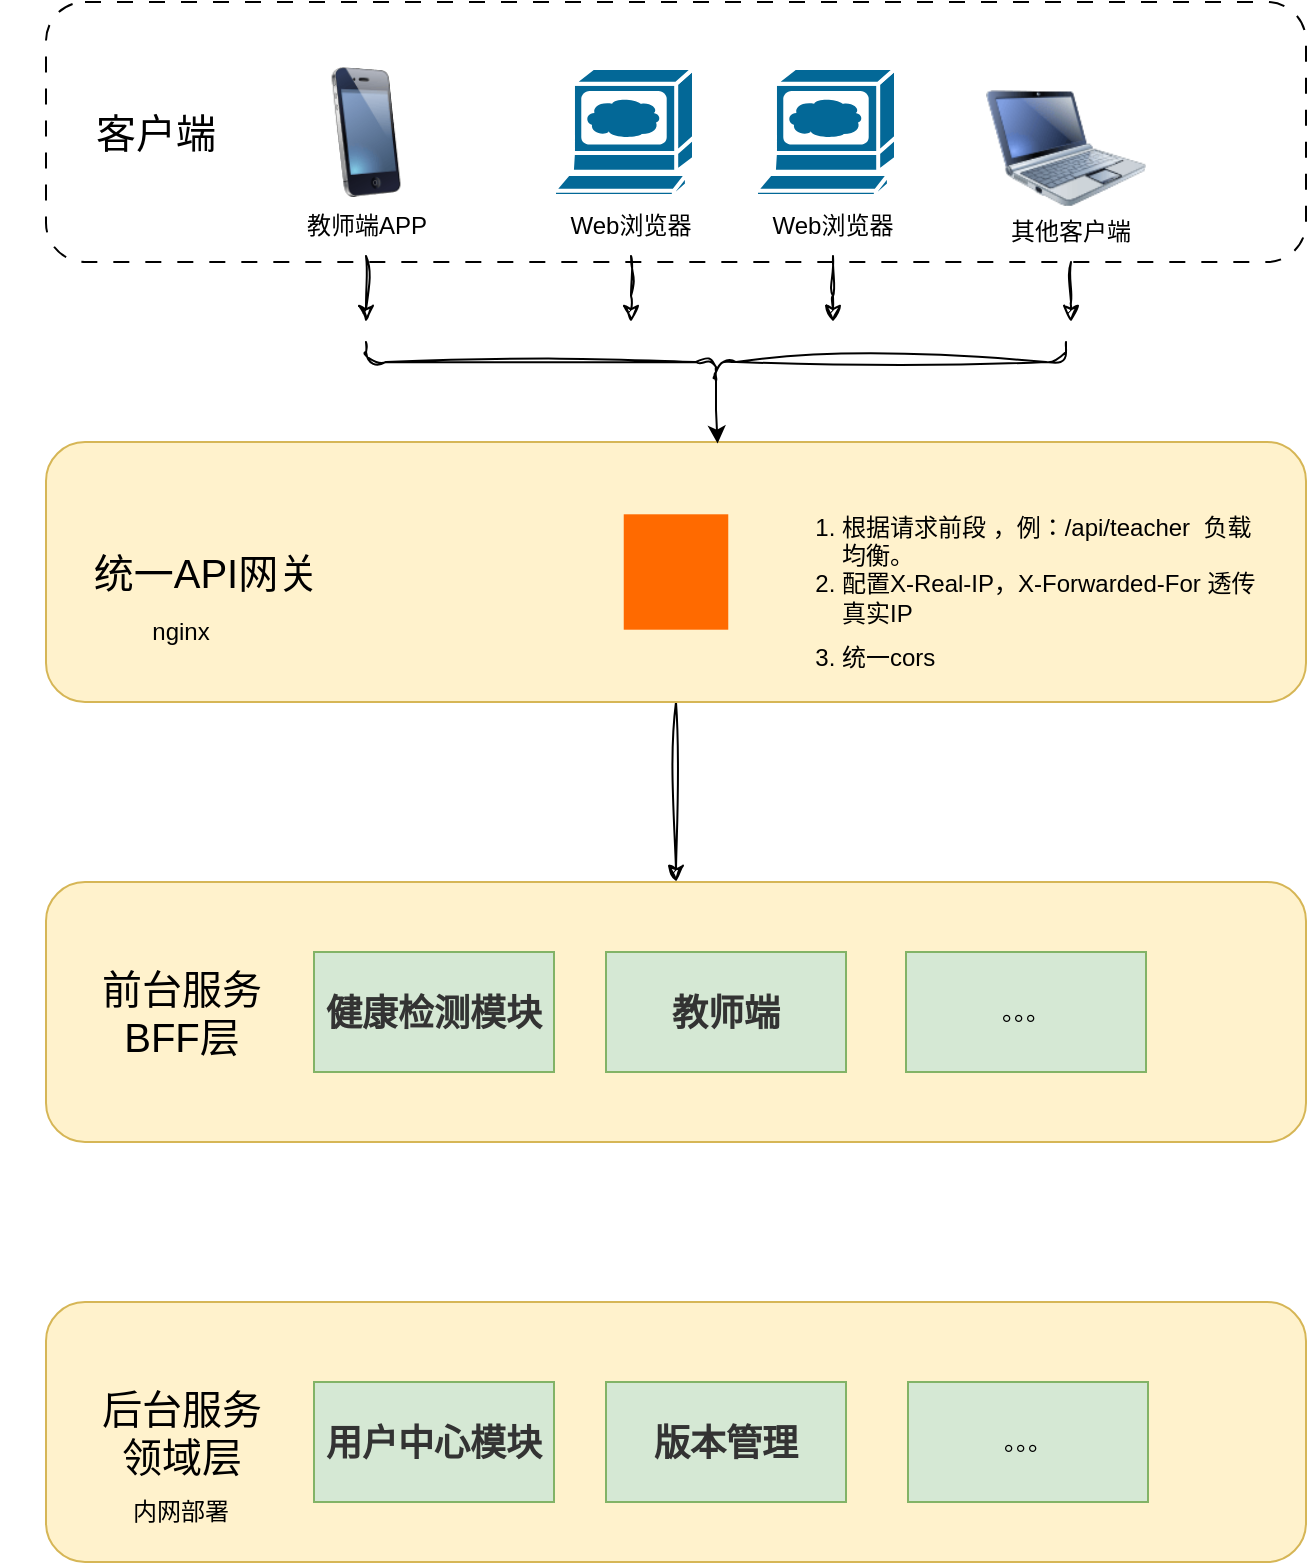
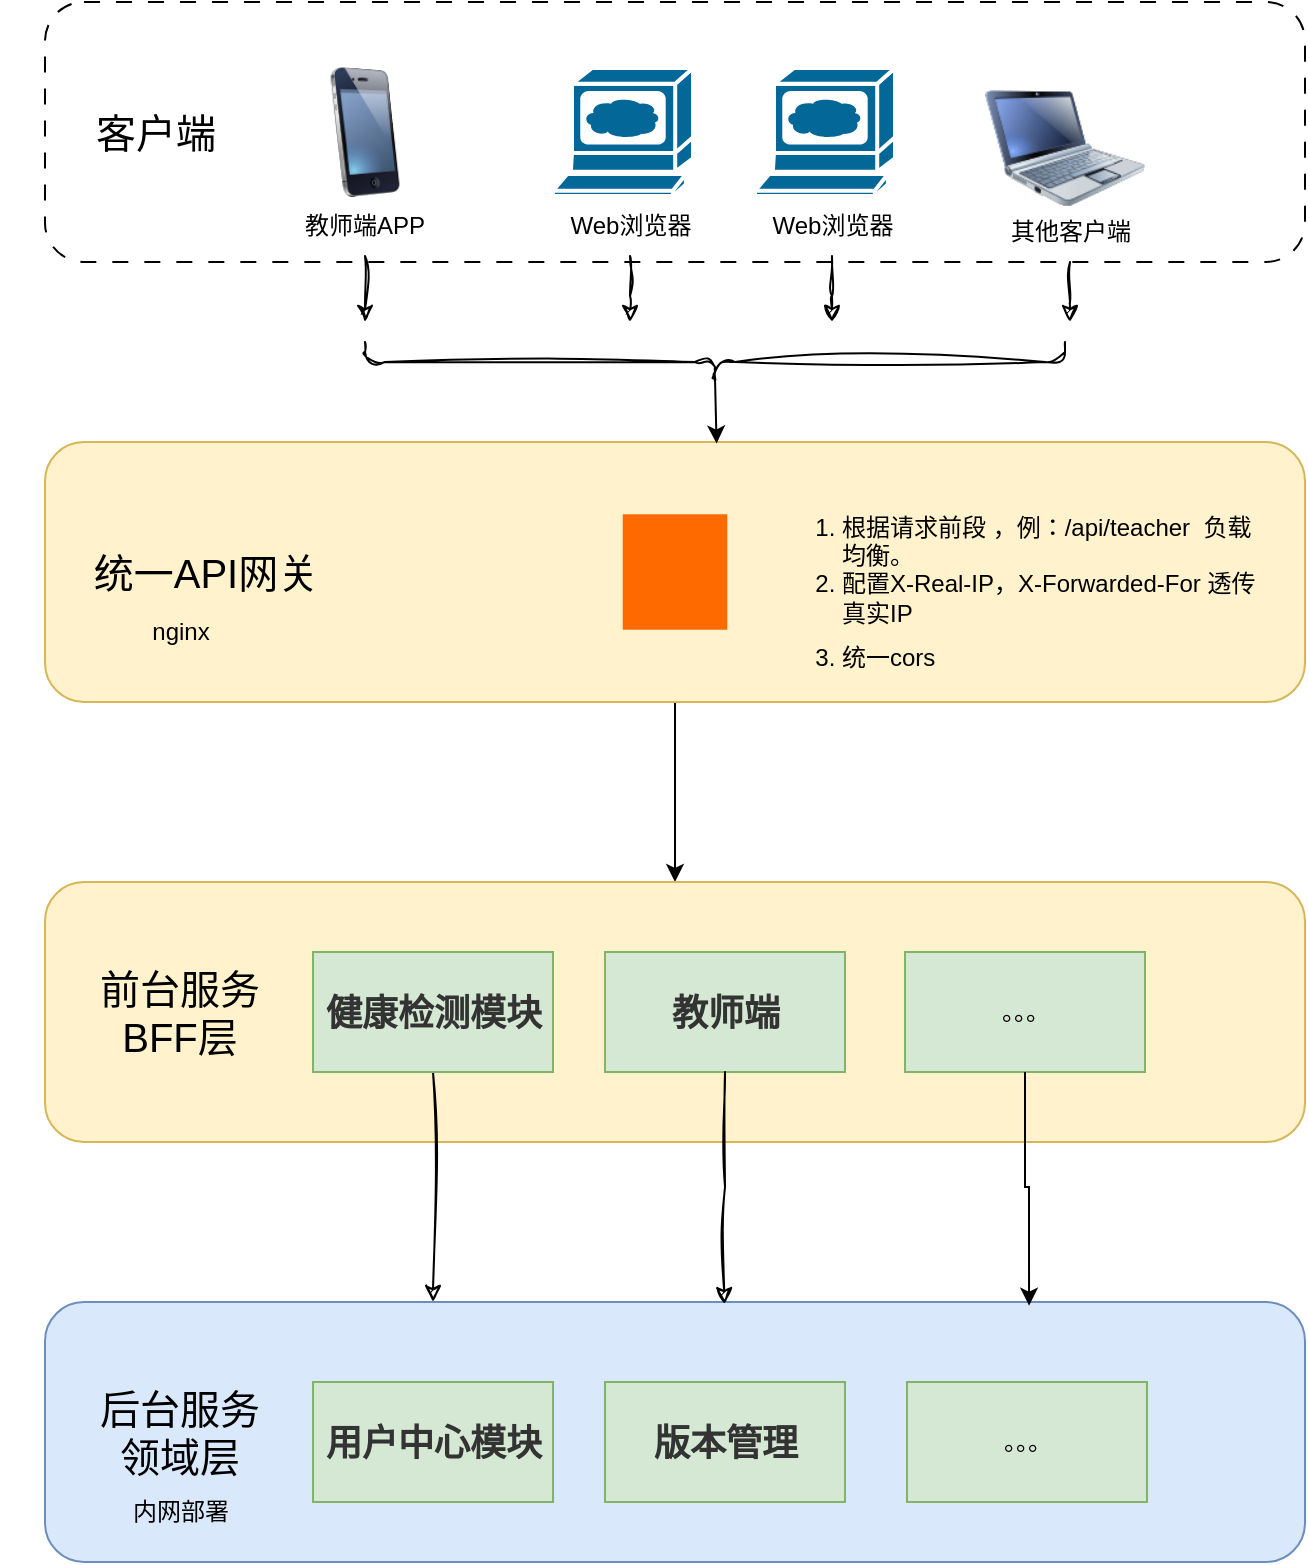
<mxfile host="app.diagrams.net" agent="5.0 (Windows NT 10.0; Win64; x64) AppleWebKit/537.36 (KHTML, like Gecko) Chrome/99.0.4844.51 Safari/537.36">
  <diagram id="piDafpqhtRUU5qUU-vj8" name="Page-1">
-     <mxGraphModel dx="1174" dy="630" grid="1" gridSize="10" guides="1" tooltips="1" connect="1" arrows="1" fold="1" page="1" pageScale="1" pageWidth="827" pageHeight="1169" background="none" math="0" shadow="0">
+     <mxGraphModel dx="1712" dy="919" grid="1" gridSize="10" guides="1" tooltips="1" connect="1" arrows="1" fold="1" page="1" pageScale="1" pageWidth="827" pageHeight="1169" background="none" math="0" shadow="0">
      <root>
        <mxCell id="0" />
        <mxCell id="1" parent="0" />
        <mxCell id="5cpTgLDWtTwDe1421ZuN-3" parent="1" style="rounded=1;whiteSpace=wrap;html=1;shadow=0;glass=0;dashed=1;dashPattern=8 8;" value="" vertex="1">
-           <mxGeometry height="130" width="630" x="90" y="30" as="geometry" />
+           <mxGeometry height="130" width="630" x="102.5" y="100" as="geometry" />
        </mxCell>
        <mxCell id="-MD85wsI__NYyljHFUac-2" parent="1" style="text;html=1;whiteSpace=wrap;strokeColor=none;fillColor=none;align=center;verticalAlign=middle;rounded=0;" value="&lt;font style=&quot;font-size: 20px;&quot;&gt;客户端&lt;/font&gt;" vertex="1">
-           <mxGeometry height="30" width="70" x="110" y="80" as="geometry" />
+           <mxGeometry height="30" width="70" x="122.5" y="150" as="geometry" />
        </mxCell>
        <mxCell id="-MD85wsI__NYyljHFUac-3" parent="1" style="sketch=0;html=1;pointerEvents=1;dashed=0;fillColor=#036897;strokeColor=#ffffff;strokeWidth=2;verticalLabelPosition=bottom;verticalAlign=top;align=center;outlineConnect=0;shape=mxgraph.cisco.computers_and_peripherals.web_browser;" value="" vertex="1">
-           <mxGeometry height="64" width="70" x="344" y="63" as="geometry" />
+           <mxGeometry height="64" width="70" x="356.5" y="133" as="geometry" />
        </mxCell>
        <mxCell id="-MD85wsI__NYyljHFUac-39" edge="1" parent="1" source="-MD85wsI__NYyljHFUac-4" style="edgeStyle=orthogonalEdgeStyle;rounded=0;orthogonalLoop=1;jettySize=auto;html=1;sketch=1;curveFitting=1;jiggle=2;">
          <mxGeometry relative="1" as="geometry">
-             <mxPoint x="382.5000000000002" y="190.0000000000001" as="targetPoint" />
+             <mxPoint x="395.0000000000002" y="260.0000000000001" as="targetPoint" />
          </mxGeometry>
        </mxCell>
        <mxCell id="-MD85wsI__NYyljHFUac-4" parent="1" style="text;html=1;whiteSpace=wrap;strokeColor=none;fillColor=none;align=center;verticalAlign=middle;rounded=0;" value="Web浏览器" vertex="1">
-           <mxGeometry height="30" width="75" x="345" y="127" as="geometry" />
+           <mxGeometry height="30" width="75" x="357.5" y="197" as="geometry" />
        </mxCell>
        <mxCell id="-MD85wsI__NYyljHFUac-5" parent="1" style="sketch=0;html=1;pointerEvents=1;dashed=0;fillColor=#036897;strokeColor=#ffffff;strokeWidth=2;verticalLabelPosition=bottom;verticalAlign=top;align=center;outlineConnect=0;shape=mxgraph.cisco.computers_and_peripherals.web_browser;" value="" vertex="1">
-           <mxGeometry height="64" width="70" x="445" y="63" as="geometry" />
+           <mxGeometry height="64" width="70" x="457.5" y="133" as="geometry" />
        </mxCell>
        <mxCell id="-MD85wsI__NYyljHFUac-35" edge="1" parent="1" source="-MD85wsI__NYyljHFUac-6" style="edgeStyle=orthogonalEdgeStyle;rounded=0;orthogonalLoop=1;jettySize=auto;html=1;sketch=1;curveFitting=1;jiggle=2;">
          <mxGeometry relative="1" as="geometry">
-             <mxPoint x="483.5" y="190.0000000000001" as="targetPoint" />
+             <mxPoint x="496" y="260.0000000000001" as="targetPoint" />
          </mxGeometry>
        </mxCell>
        <mxCell id="-MD85wsI__NYyljHFUac-6" parent="1" style="text;html=1;whiteSpace=wrap;strokeColor=none;fillColor=none;align=center;verticalAlign=middle;rounded=0;" value="Web浏览器" vertex="1">
-           <mxGeometry height="30" width="75" x="446" y="127" as="geometry" />
+           <mxGeometry height="30" width="75" x="458.5" y="197" as="geometry" />
        </mxCell>
        <mxCell id="-MD85wsI__NYyljHFUac-7" parent="1" style="image;html=1;image=img/lib/clip_art/computers/Netbook_128x128.png" value="" vertex="1">
-           <mxGeometry height="80" width="80" x="560" y="63" as="geometry" />
+           <mxGeometry height="80" width="80" x="572.5" y="133" as="geometry" />
        </mxCell>
        <mxCell id="-MD85wsI__NYyljHFUac-8" parent="1" style="image;html=1;image=img/lib/clip_art/telecommunication/iPhone_128x128.png" value="" vertex="1">
-           <mxGeometry height="65" width="80" x="210" y="62.5" as="geometry" />
+           <mxGeometry height="65" width="80" x="222.5" y="132.5" as="geometry" />
        </mxCell>
        <mxCell id="-MD85wsI__NYyljHFUac-34" edge="1" parent="1" source="-MD85wsI__NYyljHFUac-9" style="edgeStyle=orthogonalEdgeStyle;rounded=0;orthogonalLoop=1;jettySize=auto;html=1;exitX=0.5;exitY=1;exitDx=0;exitDy=0;sketch=1;curveFitting=1;jiggle=2;">
          <mxGeometry relative="1" as="geometry">
-             <mxPoint x="250" y="190" as="targetPoint" />
+             <mxPoint x="262.5" y="260" as="targetPoint" />
          </mxGeometry>
        </mxCell>
        <mxCell id="-MD85wsI__NYyljHFUac-9" parent="1" style="text;html=1;whiteSpace=wrap;strokeColor=none;fillColor=none;align=center;verticalAlign=middle;rounded=0;" value="教师端APP" vertex="1">
-           <mxGeometry height="30" width="75" x="212.5" y="127" as="geometry" />
+           <mxGeometry height="30" width="75" x="225" y="197" as="geometry" />
        </mxCell>
        <mxCell id="-MD85wsI__NYyljHFUac-36" edge="1" parent="1" source="-MD85wsI__NYyljHFUac-10" style="edgeStyle=orthogonalEdgeStyle;rounded=0;orthogonalLoop=1;jettySize=auto;html=1;sketch=1;curveFitting=1;jiggle=2;">
          <mxGeometry relative="1" as="geometry">
-             <mxPoint x="602.5000000000002" y="190.0000000000001" as="targetPoint" />
+             <mxPoint x="615.0000000000002" y="260.0000000000001" as="targetPoint" />
          </mxGeometry>
        </mxCell>
        <mxCell id="-MD85wsI__NYyljHFUac-10" parent="1" style="text;html=1;whiteSpace=wrap;strokeColor=none;fillColor=none;align=center;verticalAlign=middle;rounded=0;" value="其他客户端" vertex="1">
-           <mxGeometry height="30" width="75" x="565" y="130" as="geometry" />
+           <mxGeometry height="30" width="75" x="577.5" y="200" as="geometry" />
        </mxCell>
-         <mxCell id="-MD85wsI__NYyljHFUac-23" edge="1" parent="1" source="-MD85wsI__NYyljHFUac-11" style="edgeStyle=orthogonalEdgeStyle;rounded=0;orthogonalLoop=1;jettySize=auto;html=1;exitX=0.5;exitY=1;exitDx=0;exitDy=0;entryX=0.5;entryY=0;entryDx=0;entryDy=0;sketch=1;curveFitting=1;jiggle=2;" target="-MD85wsI__NYyljHFUac-22">
+         <mxCell id="-MD85wsI__NYyljHFUac-23" edge="1" parent="1" source="-MD85wsI__NYyljHFUac-11" style="edgeStyle=orthogonalEdgeStyle;rounded=0;orthogonalLoop=1;jettySize=auto;html=1;exitX=0.5;exitY=1;exitDx=0;exitDy=0;entryX=0.5;entryY=0;entryDx=0;entryDy=0;" target="-MD85wsI__NYyljHFUac-22">
          <mxGeometry relative="1" as="geometry" />
        </mxCell>
        <mxCell id="-MD85wsI__NYyljHFUac-11" parent="1" style="rounded=1;whiteSpace=wrap;html=1;shadow=0;glass=0;fillColor=#fff2cc;strokeColor=#d6b656;" value="" vertex="1">
-           <mxGeometry height="130" width="630" x="90" y="250" as="geometry" />
+           <mxGeometry height="130" width="630" x="102.5" y="320" as="geometry" />
        </mxCell>
        <mxCell id="-MD85wsI__NYyljHFUac-13" parent="1" style="text;html=1;whiteSpace=wrap;strokeColor=none;fillColor=none;align=center;verticalAlign=middle;rounded=0;" value="&lt;span style=&quot;font-size: 20px;&quot;&gt;统一API网关&lt;/span&gt;" vertex="1">
-           <mxGeometry height="30" width="180" x="80" y="300" as="geometry" />
+           <mxGeometry height="30" width="180" x="92.5" y="370" as="geometry" />
        </mxCell>
        <mxCell id="-MD85wsI__NYyljHFUac-14" parent="1" style="text;html=1;whiteSpace=wrap;strokeColor=none;fillColor=none;align=center;verticalAlign=middle;rounded=0;" value="nginx" vertex="1">
-           <mxGeometry height="30" width="75" x="120" y="330" as="geometry" />
+           <mxGeometry height="30" width="75" x="132.5" y="400" as="geometry" />
        </mxCell>
        <mxCell id="-MD85wsI__NYyljHFUac-20" parent="1" style="points=[];aspect=fixed;html=1;align=center;shadow=0;dashed=0;fillColor=#FF6A00;strokeColor=none;shape=mxgraph.alibaba_cloud.ehpc_elastic_high_performance_computing;" value="" vertex="1">
-           <mxGeometry height="57.7" width="52.26" x="378.87" y="286.15" as="geometry" />
+           <mxGeometry height="57.7" width="52.26" x="391.37" y="356.15" as="geometry" />
        </mxCell>
        <mxCell id="-MD85wsI__NYyljHFUac-21" parent="1" style="text;html=1;whiteSpace=wrap;strokeColor=none;fillColor=none;align=left;verticalAlign=middle;rounded=0;" value="&lt;ol&gt;&lt;li&gt;&lt;span style=&quot;background-color: transparent; color: light-dark(rgb(0, 0, 0), rgb(255, 255, 255));&quot;&gt;根据请求前段 ，例：/api/teacher&amp;nbsp; 负载均衡。&lt;/span&gt;&lt;/li&gt;&lt;li class=&quot;md-list-item md-focus-container&quot; style=&quot;box-sizing: border-box; margin: 0px; position: relative;&quot;&gt;&lt;p class=&quot;md-end-block md-p md-focus&quot; style=&quot;box-sizing: border-box; line-height: inherit; orphans: 4; margin: 0px 0px 0.5rem; white-space: pre-wrap; position: relative;&quot;&gt;&lt;span class=&quot;md-plain md-expand&quot; style=&quot;box-sizing: border-box;&quot;&gt;配置X-Real-IP，X-Forwarded-For 透传真实IP&lt;/span&gt;&lt;/p&gt;&lt;/li&gt;&lt;li class=&quot;md-list-item md-focus-container&quot; style=&quot;box-sizing: border-box; margin: 0px; position: relative;&quot;&gt;&lt;p class=&quot;md-end-block md-p md-focus&quot; style=&quot;box-sizing: border-box; line-height: inherit; orphans: 4; margin: 0px 0px 0.5rem; white-space: pre-wrap; position: relative;&quot;&gt;统一cors&lt;/p&gt;&lt;/li&gt;&lt;/ol&gt;" vertex="1">
-           <mxGeometry height="90" width="254" x="446" y="280" as="geometry" />
+           <mxGeometry height="90" width="254" x="458.5" y="350" as="geometry" />
        </mxCell>
        <mxCell id="-MD85wsI__NYyljHFUac-22" parent="1" style="rounded=1;whiteSpace=wrap;html=1;shadow=0;glass=0;fillColor=#fff2cc;strokeColor=#d6b656;" value="" vertex="1">
-           <mxGeometry height="130" width="630" x="90" y="470" as="geometry" />
+           <mxGeometry height="130" width="630" x="102.5" y="540" as="geometry" />
        </mxCell>
        <mxCell id="-MD85wsI__NYyljHFUac-24" parent="1" style="text;html=1;whiteSpace=wrap;strokeColor=none;fillColor=none;align=center;verticalAlign=middle;rounded=0;" value="&lt;span style=&quot;font-size: 20px;&quot;&gt;前台服务&lt;/span&gt;&lt;div&gt;&lt;span style=&quot;font-size: 20px;&quot;&gt;BFF层&lt;/span&gt;&lt;/div&gt;" vertex="1">
-           <mxGeometry height="60" width="180" x="67.5" y="505" as="geometry" />
+           <mxGeometry height="60" width="180" x="80" y="575" as="geometry" />
+         </mxCell>
+         <mxCell id="-MD85wsI__NYyljHFUac-41" edge="1" parent="1" source="-MD85wsI__NYyljHFUac-25" style="edgeStyle=orthogonalEdgeStyle;rounded=0;orthogonalLoop=1;jettySize=auto;html=1;sketch=1;curveFitting=1;jiggle=2;" target="-MD85wsI__NYyljHFUac-28" value="">
+           <mxGeometry relative="1" as="geometry">
+             <Array as="points">
+               <mxPoint x="296.5" y="790" />
+               <mxPoint x="296.5" y="790" />
+             </Array>
+           </mxGeometry>
        </mxCell>
        <mxCell id="-MD85wsI__NYyljHFUac-25" parent="1" style="rounded=0;whiteSpace=wrap;html=1;fillColor=#d5e8d4;strokeColor=#82b366;" value="&lt;h3 class=&quot;md-end-block md-heading&quot; style=&quot;box-sizing: border-box; break-after: avoid-page; break-inside: avoid; orphans: 4; font-size: 1.5em; margin-top: 1rem; margin-bottom: 1rem; position: relative; line-height: 1.43; cursor: text; white-space: pre-wrap; color: rgb(51, 51, 51); font-family: &amp;quot;Open Sans&amp;quot;, &amp;quot;Clear Sans&amp;quot;, &amp;quot;Helvetica Neue&amp;quot;, Helvetica, Arial, &amp;quot;Segoe UI Emoji&amp;quot;, sans-serif; text-align: start;&quot;&gt;&lt;span class=&quot;md-plain&quot; style=&quot;box-sizing: border-box;&quot;&gt;健康检测模块&lt;/span&gt;&lt;/h3&gt;" vertex="1">
-           <mxGeometry height="60" width="120" x="224" y="505" as="geometry" />
+           <mxGeometry height="60" width="120" x="236.5" y="575" as="geometry" />
        </mxCell>
        <mxCell id="-MD85wsI__NYyljHFUac-26" parent="1" style="rounded=0;whiteSpace=wrap;html=1;fillColor=#d5e8d4;strokeColor=#82b366;" value="&lt;h3 class=&quot;md-end-block md-heading&quot; style=&quot;box-sizing: border-box; break-after: avoid-page; break-inside: avoid; orphans: 4; font-size: 1.5em; margin-top: 1rem; margin-bottom: 1rem; position: relative; line-height: 1.43; cursor: text; white-space: pre-wrap; outline: 0px; box-shadow: none; color: rgb(51, 51, 51); font-family: &amp;quot;Open Sans&amp;quot;, &amp;quot;Clear Sans&amp;quot;, &amp;quot;Helvetica Neue&amp;quot;, Helvetica, Arial, &amp;quot;Segoe UI Emoji&amp;quot;, sans-serif; text-align: start;&quot;&gt;&lt;span class=&quot;md-plain&quot; style=&quot;box-sizing: border-box;&quot;&gt;教师端&lt;/span&gt;&lt;/h3&gt;" vertex="1">
-           <mxGeometry height="60" width="120" x="370" y="505" as="geometry" />
+           <mxGeometry height="60" width="120" x="382.5" y="575" as="geometry" />
        </mxCell>
        <mxCell id="-MD85wsI__NYyljHFUac-27" parent="1" style="rounded=0;whiteSpace=wrap;html=1;fillColor=#d5e8d4;strokeColor=#82b366;" value="。。。" vertex="1">
-           <mxGeometry height="60" width="120" x="520" y="505" as="geometry" />
+           <mxGeometry height="60" width="120" x="532.5" y="575" as="geometry" />
        </mxCell>
-         <mxCell id="-MD85wsI__NYyljHFUac-28" parent="1" style="rounded=1;whiteSpace=wrap;html=1;shadow=0;glass=0;fillColor=#fff2cc;strokeColor=#d6b656;" value="" vertex="1">
-           <mxGeometry height="130" width="630" x="90" y="680" as="geometry" />
+         <mxCell id="-MD85wsI__NYyljHFUac-28" parent="1" style="rounded=1;whiteSpace=wrap;html=1;shadow=0;glass=0;fillColor=#dae8fc;strokeColor=#6c8ebf;" value="" vertex="1">
+           <mxGeometry height="130" width="630" x="102.5" y="750" as="geometry" />
        </mxCell>
        <mxCell id="-MD85wsI__NYyljHFUac-29" parent="1" style="text;html=1;whiteSpace=wrap;strokeColor=none;fillColor=none;align=center;verticalAlign=middle;rounded=0;" value="&lt;span style=&quot;font-size: 20px;&quot;&gt;后台服务&lt;/span&gt;&lt;div&gt;&lt;span style=&quot;font-size: 20px;&quot;&gt;领域层&lt;/span&gt;&lt;/div&gt;" vertex="1">
-           <mxGeometry height="60" width="180" x="67.5" y="715" as="geometry" />
+           <mxGeometry height="60" width="180" x="80" y="785" as="geometry" />
        </mxCell>
        <mxCell id="-MD85wsI__NYyljHFUac-30" parent="1" style="text;html=1;whiteSpace=wrap;strokeColor=none;fillColor=none;align=center;verticalAlign=middle;rounded=0;" value="内网部署" vertex="1">
-           <mxGeometry height="30" width="75" x="120" y="770" as="geometry" />
+           <mxGeometry height="30" width="75" x="132.5" y="840" as="geometry" />
        </mxCell>
        <mxCell id="-MD85wsI__NYyljHFUac-31" parent="1" style="rounded=0;whiteSpace=wrap;html=1;fillColor=#d5e8d4;strokeColor=#82b366;" value="&lt;h3 class=&quot;md-end-block md-heading&quot; style=&quot;box-sizing: border-box; break-after: avoid-page; break-inside: avoid; orphans: 4; font-size: 1.5em; margin-top: 1rem; margin-bottom: 1rem; position: relative; line-height: 1.43; cursor: text; white-space: pre-wrap; color: rgb(51, 51, 51); font-family: &amp;quot;Open Sans&amp;quot;, &amp;quot;Clear Sans&amp;quot;, &amp;quot;Helvetica Neue&amp;quot;, Helvetica, Arial, &amp;quot;Segoe UI Emoji&amp;quot;, sans-serif; text-align: start;&quot;&gt;&lt;span class=&quot;md-plain&quot; style=&quot;box-sizing: border-box;&quot;&gt;用户中心模块&lt;/span&gt;&lt;/h3&gt;" vertex="1">
-           <mxGeometry height="60" width="120" x="224" y="720" as="geometry" />
+           <mxGeometry height="60" width="120" x="236.5" y="790" as="geometry" />
        </mxCell>
        <mxCell id="-MD85wsI__NYyljHFUac-32" parent="1" style="rounded=0;whiteSpace=wrap;html=1;fillColor=#d5e8d4;strokeColor=#82b366;" value="&lt;h3 class=&quot;md-end-block md-heading&quot; style=&quot;box-sizing: border-box; break-after: avoid-page; break-inside: avoid; orphans: 4; font-size: 1.5em; margin-top: 1rem; margin-bottom: 1rem; position: relative; line-height: 1.43; cursor: text; white-space: pre-wrap; color: rgb(51, 51, 51); font-family: &amp;quot;Open Sans&amp;quot;, &amp;quot;Clear Sans&amp;quot;, &amp;quot;Helvetica Neue&amp;quot;, Helvetica, Arial, &amp;quot;Segoe UI Emoji&amp;quot;, sans-serif; text-align: start;&quot;&gt;版本管理&lt;/h3&gt;" vertex="1">
-           <mxGeometry height="60" width="120" x="370" y="720" as="geometry" />
+           <mxGeometry height="60" width="120" x="382.5" y="790" as="geometry" />
        </mxCell>
        <mxCell id="-MD85wsI__NYyljHFUac-33" parent="1" style="rounded=0;whiteSpace=wrap;html=1;fillColor=#d5e8d4;strokeColor=#82b366;" value="。。。" vertex="1">
-           <mxGeometry height="60" width="120" x="521" y="720" as="geometry" />
+           <mxGeometry height="60" width="120" x="533.5" y="790" as="geometry" />
        </mxCell>
        <mxCell id="-MD85wsI__NYyljHFUac-37" parent="1" style="shape=curlyBracket;whiteSpace=wrap;html=1;rounded=1;flipH=1;labelPosition=right;verticalLabelPosition=middle;align=left;verticalAlign=middle;legacyAnchorPoints=0;rotation=90;sketch=1;curveFitting=1;jiggle=2;" value="" vertex="1">
-           <mxGeometry height="350" width="20" x="415" y="35" as="geometry" />
+           <mxGeometry height="350" width="20" x="427.5" y="105" as="geometry" />
        </mxCell>
        <mxCell id="-MD85wsI__NYyljHFUac-40" edge="1" parent="1" source="-MD85wsI__NYyljHFUac-37" style="edgeStyle=orthogonalEdgeStyle;rounded=0;orthogonalLoop=1;jettySize=auto;html=1;exitX=0.1;exitY=0.5;exitDx=0;exitDy=0;exitPerimeter=0;entryX=0.533;entryY=0.006;entryDx=0;entryDy=0;entryPerimeter=0;" target="-MD85wsI__NYyljHFUac-11">
+           <mxGeometry relative="1" as="geometry" />
+         </mxCell>
+         <mxCell id="-MD85wsI__NYyljHFUac-43" edge="1" parent="1" source="-MD85wsI__NYyljHFUac-26" style="edgeStyle=orthogonalEdgeStyle;rounded=0;orthogonalLoop=1;jettySize=auto;html=1;entryX=0.539;entryY=0.008;entryDx=0;entryDy=0;entryPerimeter=0;sketch=1;curveFitting=1;jiggle=2;" target="-MD85wsI__NYyljHFUac-28">
+           <mxGeometry relative="1" as="geometry" />
+         </mxCell>
+         <mxCell id="-MD85wsI__NYyljHFUac-44" edge="1" parent="1" source="-MD85wsI__NYyljHFUac-27" style="edgeStyle=orthogonalEdgeStyle;rounded=0;orthogonalLoop=1;jettySize=auto;html=1;entryX=0.781;entryY=0.014;entryDx=0;entryDy=0;entryPerimeter=0;" target="-MD85wsI__NYyljHFUac-28">
          <mxGeometry relative="1" as="geometry">
-             <Array as="points">
-               <mxPoint x="425" y="234" />
-               <mxPoint x="426" y="234" />
-             </Array>
+             <mxPoint x="592.5" y="740" as="targetPoint" />
          </mxGeometry>
        </mxCell>
      </root>
    </mxGraphModel>
  </diagram>
</mxfile>
